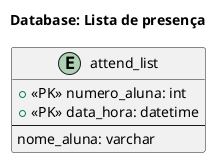
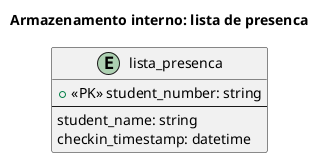
@startuml

- title Database: Lista de presença
+ title Armazenamento interno: lista de presenca

- entity "attend_list" {
-   +<<PK>> numero_aluna: int
-   +<<PK>> data_hora: datetime
+ entity "lista_presenca" {
+   +<<PK>> student_number: string
  --
-   nome_aluna: varchar
- }+   student_name: string
+   checkin_timestamp: datetime
+ }
+ 
+ @enduml
